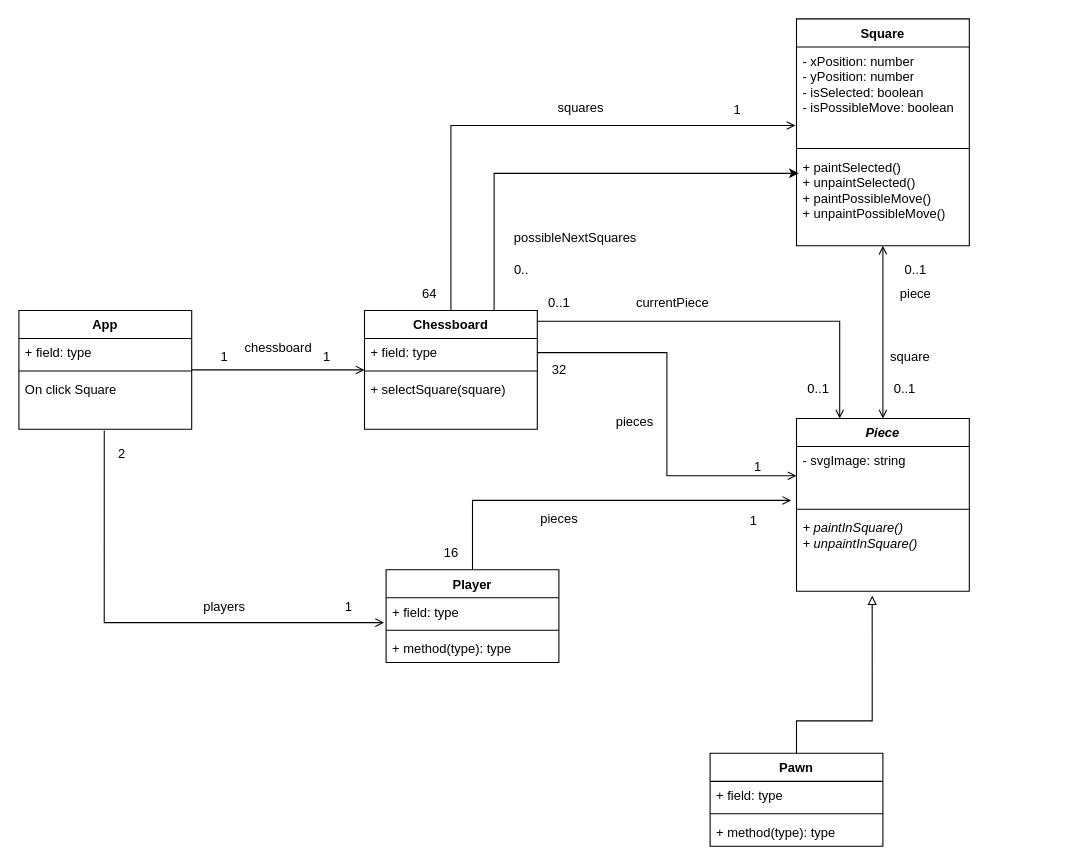
Before: docs/class-diagram.drawio in AitorMelero/chess-game, a draw.io diagram. Source tidied: cells renumbered, new cells numbered last; positions are measured from the earlier drawing's top-left corner, leaving out a move shared by most shapes. Both pictures are drawn from the tidied source at 108%, with x=0, y=0 at pixel (18, 18).
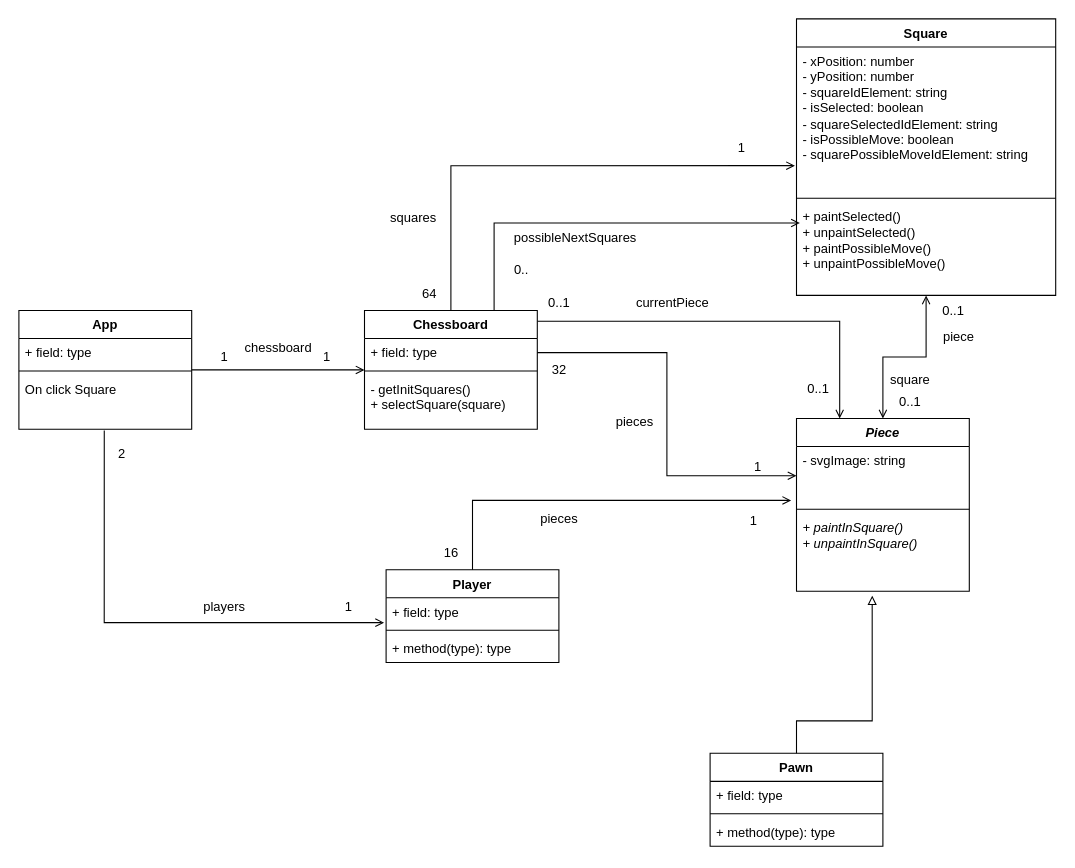
After the change.

Commit message (it also covers changes not shown here):
Doc: Avanzar en el diagrama de clases

The change refers to these unchanged cells:
```xml
<mxCell id="3" value="Chessboard" style="swimlane;fontStyle=1;align=center;verticalAlign=top;horizontal=1;startSize=26;whiteSpace=wrap;html=1;" parent="1" vertex="1">
  <mxGeometry x="320" y="270" width="160" height="110" as="geometry" />
</mxCell>
```

Diff of the diagram source:
```diff
@@
-    <mxCell id="6" value="+ selectSquare(square)" style="text;strokeColor=none;fillColor=none;align=left;verticalAlign=top;spacingLeft=4;spacingRight=4;overflow=hidden;whiteSpace=wrap;html=1;" parent="3" vertex="1">
+    <mxCell id="6" value="- getInitSquares()&lt;br&gt;+ selectSquare(square)" style="text;strokeColor=none;fillColor=none;align=left;verticalAlign=top;spacingLeft=4;spacingRight=4;overflow=hidden;whiteSpace=wrap;html=1;" parent="3" vertex="1">
       <mxGeometry y="60" width="160" height="50" as="geometry" />
     </mxCell>
@@
     <mxCell id="8" value="Square" style="swimlane;fontStyle=1;align=center;verticalAlign=top;horizontal=1;startSize=26;whiteSpace=wrap;html=1;" parent="1" vertex="1">
-      <mxGeometry x="720" width="160" height="210" as="geometry" />
+      <mxGeometry x="720" width="240" height="256" as="geometry" />
     </mxCell>
-    <mxCell id="9" value="- xPosition: number&lt;br&gt;- yPosition: number&lt;br&gt;- isSelected: boolean&lt;br&gt;- isPossibleMove: boolean" style="text;strokeColor=none;fillColor=none;align=left;verticalAlign=top;spacingLeft=4;spacingRight=4;overflow=hidden;points=[[0,0.5],[1,0.5]];portConstraint=eastwest;whiteSpace=wrap;html=1;" parent="8" vertex="1">
-      <mxGeometry y="26" width="160" height="90" as="geometry" />
+    <mxCell id="9" value="- xPosition: number&lt;br&gt;- yPosition: number&lt;br&gt;- squareIdElement: string&lt;br&gt;- isSelected: boolean&lt;br&gt;- squareSelectedIdElement: string&lt;br&gt;- isPossibleMove: boolean&lt;br&gt;- squarePossibleMoveIdElement: string" style="text;strokeColor=none;fillColor=none;align=left;verticalAlign=top;spacingLeft=4;spacingRight=4;overflow=hidden;points=[[0,0.5],[1,0.5]];portConstraint=eastwest;whiteSpace=wrap;html=1;" parent="8" vertex="1">
+      <mxGeometry y="26" width="240" height="136" as="geometry" />
     </mxCell>
     <mxCell id="10" style="line;strokeWidth=1;fillColor=none;align=left;verticalAlign=middle;spacingTop=-1;spacingLeft=3;spacingRight=3;labelPosition=right;strokeColor=inherit;" parent="8" vertex="1">
-      <mxGeometry y="116" width="160" height="8" as="geometry" />
+      <mxGeometry y="162" width="240" height="8" as="geometry" />
     </mxCell>
     <mxCell id="11" value="+ paintSelected()&lt;br&gt;+ unpaintSelected()&lt;br&gt;+ paintPossibleMove()&lt;br&gt;+ unpaintPossibleMove()" style="text;strokeColor=none;fillColor=none;align=left;verticalAlign=top;spacingLeft=4;spacingRight=4;overflow=hidden;points=[[0,0.5],[1,0.5]];portConstraint=eastwest;whiteSpace=wrap;html=1;" parent="8" vertex="1">
-      <mxGeometry y="124" width="160" height="86" as="geometry" />
+      <mxGeometry y="170" width="240" height="86" as="geometry" />
     </mxCell>
@@
     <mxCell id="14" value="1" style="text;html=1;align=center;verticalAlign=middle;strokeColor=none;fillColor=none;" parent="1" vertex="1">
-      <mxGeometry x="650" y="70" width="30" height="30" as="geometry" />
+      <mxGeometry x="654" y="105" width="30" height="30" as="geometry" />
     </mxCell>
@@
     <mxCell id="32" value="0..1" style="text;html=1;align=center;verticalAlign=middle;strokeColor=none;fillColor=none;" parent="1" vertex="1">
-      <mxGeometry x="810" y="218" width="40" height="30" as="geometry" />
+      <mxGeometry x="845" y="256" width="40" height="30" as="geometry" />
     </mxCell>
     <mxCell id="33" value="0..1" style="text;html=1;align=center;verticalAlign=middle;strokeColor=none;fillColor=none;" parent="1" vertex="1">
-      <mxGeometry x="800" y="328" width="40" height="30" as="geometry" />
+      <mxGeometry x="805" y="340" width="40" height="30" as="geometry" />
     </mxCell>
@@
     <mxCell id="49" value="squares" style="text;html=1;align=center;verticalAlign=middle;strokeColor=none;fillColor=none;" parent="1" vertex="1">
-      <mxGeometry x="485" y="68" width="70" height="30" as="geometry" />
+      <mxGeometry x="330" y="170" width="70" height="30" as="geometry" />
     </mxCell>
@@
     <mxCell id="54" value="piece" style="text;html=1;align=center;verticalAlign=middle;strokeColor=none;fillColor=none;" parent="1" vertex="1">
-      <mxGeometry x="805" y="240" width="50" height="30" as="geometry" />
+      <mxGeometry x="845" y="280" width="50" height="30" as="geometry" />
     </mxCell>
     <mxCell id="55" value="square" style="text;html=1;align=center;verticalAlign=middle;strokeColor=none;fillColor=none;" parent="1" vertex="1">
-      <mxGeometry x="795" y="298" width="60" height="30" as="geometry" />
+      <mxGeometry x="795" y="320" width="60" height="30" as="geometry" />
     </mxCell>
@@
-    <mxCell id="58" style="edgeStyle=orthogonalEdgeStyle;rounded=0;jettySize=auto;html=1;exitX=0.75;exitY=0;exitDx=0;exitDy=0;entryX=0.013;entryY=0.221;entryDx=0;entryDy=0;entryPerimeter=0;" parent="1" edge="1" source="3" target="11">
+    <mxCell id="58" style="edgeStyle=orthogonalEdgeStyle;rounded=0;jettySize=auto;html=1;exitX=0.75;exitY=0;exitDx=0;exitDy=0;entryX=0.013;entryY=0.221;entryDx=0;entryDy=0;entryPerimeter=0;endArrow=open;endFill=0;" parent="1" edge="1" source="3" target="11">
       <mxGeometry relative="1" as="geometry" />
     </mxCell>
```
